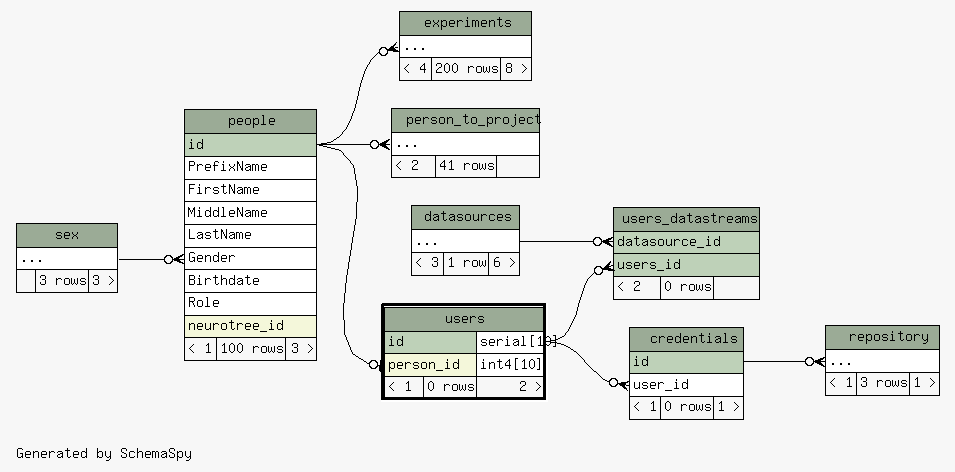
tgbugs/mlab keeps this Graphviz diagram as database/ss/diagrams/users.2degrees.png. Above is the earlier version. Its source is kept beside it as database/ss/diagrams/users.2degrees.dot. Its diagram source:
```dot
digraph "twoDegreesRelationshipsDiagram" {
  graph [
    rankdir="RL"
    bgcolor="#f7f7f7"
    label="\nGenerated by SchemaSpy"
    labeljust="l"
    nodesep="0.18"
    ranksep="0.46"
    fontname="Helvetica"
    fontsize="11"
  ];
  node [
    fontname="Helvetica"
    fontsize="11"
    shape="plaintext"
  ];
  edge [
    arrowsize="0.8"
  ];
  "credentials":"user_id":w -> "users":"id.type":e [arrowhead=none dir=back arrowtail=crowodot];
  "experiments":"elipses":w -> "people":"id":e [arrowhead=none dir=back arrowtail=crowodot];
  "people":"Gender":w -> "sex":"elipses":e [arrowhead=none dir=back arrowtail=crowodot];
  "person_to_project":"elipses":w -> "people":"id":e [arrowhead=none dir=back arrowtail=crowodot];
  "repository":"elipses":w -> "credentials":"id":e [arrowhead=none dir=back arrowtail=crowodot];
  "users":"person_id":w -> "people":"id":e [arrowhead=none dir=back arrowtail=teeodot];
  "users_datastreams":"datasource_id":w -> "datasources":"elipses":e [arrowhead=none dir=back arrowtail=crowodot];
  "users_datastreams":"users_id":w -> "users":"id.type":e [arrowhead=none dir=back arrowtail=crowodot];
  "credentials" [
    label=<
    <TABLE BORDER="0" CELLBORDER="1" CELLSPACING="0" BGCOLOR="#ffffff">
      <TR><TD COLSPAN="3" BGCOLOR="#9bab96" ALIGN="CENTER">credentials</TD></TR>
      <TR><TD PORT="id" COLSPAN="3" BGCOLOR="#bed1b8" ALIGN="LEFT">id</TD></TR>
      <TR><TD PORT="user_id" COLSPAN="3" ALIGN="LEFT">user_id</TD></TR>
      <TR><TD ALIGN="LEFT" BGCOLOR="#f7f7f7">&lt; 1</TD><TD ALIGN="RIGHT" BGCOLOR="#f7f7f7">0 rows</TD><TD ALIGN="RIGHT" BGCOLOR="#f7f7f7">1 &gt;</TD></TR>
    </TABLE>>
    URL="credentials.html"
    tooltip="credentials"
  ];
  "datasources" [
    label=<
    <TABLE BORDER="0" CELLBORDER="1" CELLSPACING="0" BGCOLOR="#ffffff">
      <TR><TD COLSPAN="3" BGCOLOR="#9bab96" ALIGN="CENTER">datasources</TD></TR>
      <TR><TD PORT="elipses" COLSPAN="3" ALIGN="LEFT">...</TD></TR>
      <TR><TD ALIGN="LEFT" BGCOLOR="#f7f7f7">&lt; 3</TD><TD ALIGN="RIGHT" BGCOLOR="#f7f7f7">1 row</TD><TD ALIGN="RIGHT" BGCOLOR="#f7f7f7">6 &gt;</TD></TR>
    </TABLE>>
    URL="datasources.html"
    tooltip="datasources"
  ];
  "experiments" [
    label=<
    <TABLE BORDER="0" CELLBORDER="1" CELLSPACING="0" BGCOLOR="#ffffff">
      <TR><TD COLSPAN="3" BGCOLOR="#9bab96" ALIGN="CENTER">experiments</TD></TR>
      <TR><TD PORT="elipses" COLSPAN="3" ALIGN="LEFT">...</TD></TR>
      <TR><TD ALIGN="LEFT" BGCOLOR="#f7f7f7">&lt; 4</TD><TD ALIGN="RIGHT" BGCOLOR="#f7f7f7">200 rows</TD><TD ALIGN="RIGHT" BGCOLOR="#f7f7f7">8 &gt;</TD></TR>
    </TABLE>>
    URL="experiments.html"
    tooltip="experiments"
  ];
  "people" [
    label=<
    <TABLE BORDER="0" CELLBORDER="1" CELLSPACING="0" BGCOLOR="#ffffff">
      <TR><TD COLSPAN="3" BGCOLOR="#9bab96" ALIGN="CENTER">people</TD></TR>
      <TR><TD PORT="id" COLSPAN="3" BGCOLOR="#bed1b8" ALIGN="LEFT">id</TD></TR>
      <TR><TD PORT="PrefixName" COLSPAN="3" ALIGN="LEFT">PrefixName</TD></TR>
      <TR><TD PORT="FirstName" COLSPAN="3" ALIGN="LEFT">FirstName</TD></TR>
      <TR><TD PORT="MiddleName" COLSPAN="3" ALIGN="LEFT">MiddleName</TD></TR>
      <TR><TD PORT="LastName" COLSPAN="3" ALIGN="LEFT">LastName</TD></TR>
      <TR><TD PORT="Gender" COLSPAN="3" ALIGN="LEFT">Gender</TD></TR>
      <TR><TD PORT="Birthdate" COLSPAN="3" ALIGN="LEFT">Birthdate</TD></TR>
      <TR><TD PORT="Role" COLSPAN="3" ALIGN="LEFT">Role</TD></TR>
      <TR><TD PORT="neurotree_id" COLSPAN="3" BGCOLOR="#f4f7da" ALIGN="LEFT">neurotree_id</TD></TR>
      <TR><TD ALIGN="LEFT" BGCOLOR="#f7f7f7">&lt; 1</TD><TD ALIGN="RIGHT" BGCOLOR="#f7f7f7">100 rows</TD><TD ALIGN="RIGHT" BGCOLOR="#f7f7f7">3 &gt;</TD></TR>
    </TABLE>>
    URL="people.html"
    tooltip="people"
  ];
  "person_to_project" [
    label=<
    <TABLE BORDER="0" CELLBORDER="1" CELLSPACING="0" BGCOLOR="#ffffff">
      <TR><TD COLSPAN="3" BGCOLOR="#9bab96" ALIGN="CENTER">person_to_project</TD></TR>
      <TR><TD PORT="elipses" COLSPAN="3" ALIGN="LEFT">...</TD></TR>
      <TR><TD ALIGN="LEFT" BGCOLOR="#f7f7f7">&lt; 2</TD><TD ALIGN="RIGHT" BGCOLOR="#f7f7f7">41 rows</TD><TD ALIGN="RIGHT" BGCOLOR="#f7f7f7">  </TD></TR>
    </TABLE>>
    URL="person_to_project.html"
    tooltip="person_to_project"
  ];
  "repository" [
    label=<
    <TABLE BORDER="0" CELLBORDER="1" CELLSPACING="0" BGCOLOR="#ffffff">
      <TR><TD COLSPAN="3" BGCOLOR="#9bab96" ALIGN="CENTER">repository</TD></TR>
      <TR><TD PORT="elipses" COLSPAN="3" ALIGN="LEFT">...</TD></TR>
      <TR><TD ALIGN="LEFT" BGCOLOR="#f7f7f7">&lt; 1</TD><TD ALIGN="RIGHT" BGCOLOR="#f7f7f7">3 rows</TD><TD ALIGN="RIGHT" BGCOLOR="#f7f7f7">1 &gt;</TD></TR>
    </TABLE>>
    URL="repository.html"
    tooltip="repository"
  ];
  "sex" [
    label=<
    <TABLE BORDER="0" CELLBORDER="1" CELLSPACING="0" BGCOLOR="#ffffff">
      <TR><TD COLSPAN="3" BGCOLOR="#9bab96" ALIGN="CENTER">sex</TD></TR>
      <TR><TD PORT="elipses" COLSPAN="3" ALIGN="LEFT">...</TD></TR>
      <TR><TD ALIGN="LEFT" BGCOLOR="#f7f7f7">  </TD><TD ALIGN="RIGHT" BGCOLOR="#f7f7f7">3 rows</TD><TD ALIGN="RIGHT" BGCOLOR="#f7f7f7">3 &gt;</TD></TR>
    </TABLE>>
    URL="sex.html"
    tooltip="sex"
  ];
  "users" [
    label=<
    <TABLE BORDER="2" CELLBORDER="1" CELLSPACING="0" BGCOLOR="#ffffff">
      <TR><TD COLSPAN="3" BGCOLOR="#9bab96" ALIGN="CENTER">users</TD></TR>
      <TR><TD PORT="id" COLSPAN="2" BGCOLOR="#bed1b8" ALIGN="LEFT">id</TD><TD PORT="id.type" ALIGN="LEFT">serial[10]</TD></TR>
      <TR><TD PORT="person_id" COLSPAN="2" BGCOLOR="#f4f7da" ALIGN="LEFT">person_id</TD><TD PORT="person_id.type" ALIGN="LEFT">int4[10]</TD></TR>
      <TR><TD ALIGN="LEFT" BGCOLOR="#f7f7f7">&lt; 1</TD><TD ALIGN="RIGHT" BGCOLOR="#f7f7f7">0 rows</TD><TD ALIGN="RIGHT" BGCOLOR="#f7f7f7">2 &gt;</TD></TR>
    </TABLE>>
    URL="users.html"
    tooltip="users"
  ];
  "users_datastreams" [
    label=<
    <TABLE BORDER="0" CELLBORDER="1" CELLSPACING="0" BGCOLOR="#ffffff">
      <TR><TD COLSPAN="3" BGCOLOR="#9bab96" ALIGN="CENTER">users_datastreams</TD></TR>
      <TR><TD PORT="datasource_id" COLSPAN="3" BGCOLOR="#bed1b8" ALIGN="LEFT">datasource_id</TD></TR>
      <TR><TD PORT="users_id" COLSPAN="3" BGCOLOR="#bed1b8" ALIGN="LEFT">users_id</TD></TR>
      <TR><TD ALIGN="LEFT" BGCOLOR="#f7f7f7">&lt; 2</TD><TD ALIGN="RIGHT" BGCOLOR="#f7f7f7">0 rows</TD><TD ALIGN="RIGHT" BGCOLOR="#f7f7f7">  </TD></TR>
    </TABLE>>
    URL="users_datastreams.html"
    tooltip="users_datastreams"
  ];
}
```
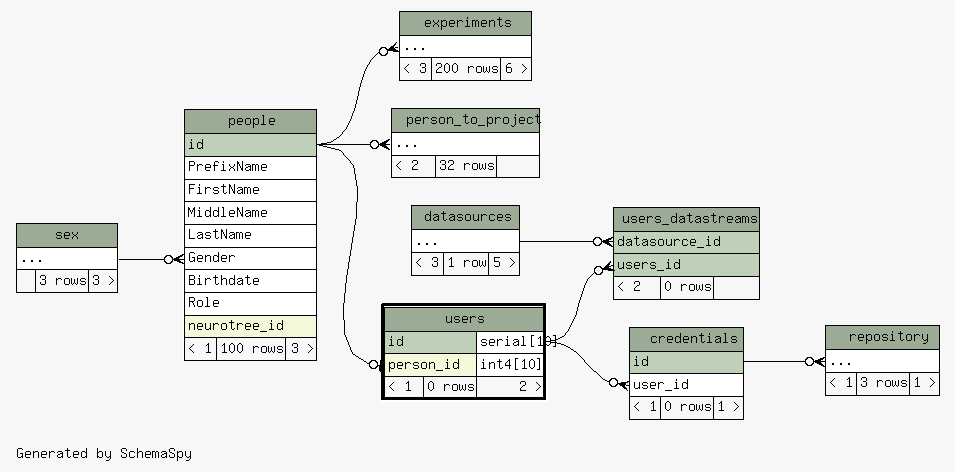
Later version of the same file.

Diff of the diagram source:
```diff
@@ -41,7 +41,7 @@
     <TABLE BORDER="0" CELLBORDER="1" CELLSPACING="0" BGCOLOR="#ffffff">
       <TR><TD COLSPAN="3" BGCOLOR="#9bab96" ALIGN="CENTER">datasources</TD></TR>
       <TR><TD PORT="elipses" COLSPAN="3" ALIGN="LEFT">...</TD></TR>
-      <TR><TD ALIGN="LEFT" BGCOLOR="#f7f7f7">&lt; 3</TD><TD ALIGN="RIGHT" BGCOLOR="#f7f7f7">1 row</TD><TD ALIGN="RIGHT" BGCOLOR="#f7f7f7">6 &gt;</TD></TR>
+      <TR><TD ALIGN="LEFT" BGCOLOR="#f7f7f7">&lt; 3</TD><TD ALIGN="RIGHT" BGCOLOR="#f7f7f7">1 row</TD><TD ALIGN="RIGHT" BGCOLOR="#f7f7f7">5 &gt;</TD></TR>
     </TABLE>>
     URL="datasources.html"
     tooltip="datasources"
@@ -51,7 +51,7 @@
     <TABLE BORDER="0" CELLBORDER="1" CELLSPACING="0" BGCOLOR="#ffffff">
       <TR><TD COLSPAN="3" BGCOLOR="#9bab96" ALIGN="CENTER">experiments</TD></TR>
       <TR><TD PORT="elipses" COLSPAN="3" ALIGN="LEFT">...</TD></TR>
-      <TR><TD ALIGN="LEFT" BGCOLOR="#f7f7f7">&lt; 4</TD><TD ALIGN="RIGHT" BGCOLOR="#f7f7f7">200 rows</TD><TD ALIGN="RIGHT" BGCOLOR="#f7f7f7">8 &gt;</TD></TR>
+      <TR><TD ALIGN="LEFT" BGCOLOR="#f7f7f7">&lt; 3</TD><TD ALIGN="RIGHT" BGCOLOR="#f7f7f7">200 rows</TD><TD ALIGN="RIGHT" BGCOLOR="#f7f7f7">6 &gt;</TD></TR>
     </TABLE>>
     URL="experiments.html"
     tooltip="experiments"
@@ -79,7 +79,7 @@
     <TABLE BORDER="0" CELLBORDER="1" CELLSPACING="0" BGCOLOR="#ffffff">
       <TR><TD COLSPAN="3" BGCOLOR="#9bab96" ALIGN="CENTER">person_to_project</TD></TR>
       <TR><TD PORT="elipses" COLSPAN="3" ALIGN="LEFT">...</TD></TR>
-      <TR><TD ALIGN="LEFT" BGCOLOR="#f7f7f7">&lt; 2</TD><TD ALIGN="RIGHT" BGCOLOR="#f7f7f7">41 rows</TD><TD ALIGN="RIGHT" BGCOLOR="#f7f7f7">  </TD></TR>
+      <TR><TD ALIGN="LEFT" BGCOLOR="#f7f7f7">&lt; 2</TD><TD ALIGN="RIGHT" BGCOLOR="#f7f7f7">32 rows</TD><TD ALIGN="RIGHT" BGCOLOR="#f7f7f7">  </TD></TR>
     </TABLE>>
     URL="person_to_project.html"
     tooltip="person_to_project"
```
